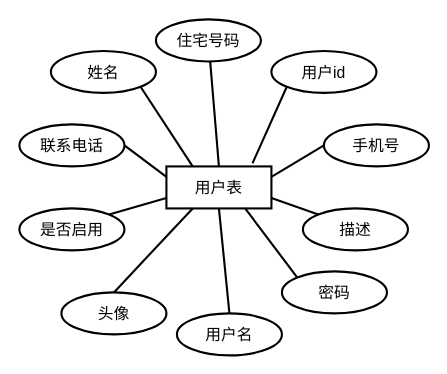
The draw.io diagram 毕业论文-用户ER图.drawio in srcrs/draw-static, before the edit. Source tidied: cells renumbered, new cells numbered last; positions are measured from the earlier drawing's top-left corner, leaving out a move shared by most shapes. Both pictures are drawn from the tidied source at 105%, with x=0, y=0 at pixel (19, 19).
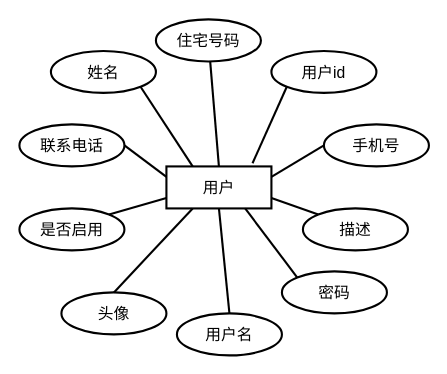
Above is the later version.

Commit message (it also covers changes not shown here):
更新毕业论文-用户ER图.drawio

Diff of the diagram source:
```diff
@@
-    <mxCell id="2" value="用户表" style="whiteSpace=wrap;html=1;align=center;strokeWidth=2;fontSize=15;" parent="1" vertex="1">
+    <mxCell id="2" value="用户" style="whiteSpace=wrap;html=1;align=center;strokeWidth=2;fontSize=15;" parent="1" vertex="1">
       <mxGeometry x="140" y="140" width="100" height="40" as="geometry" />
     </mxCell>
```
